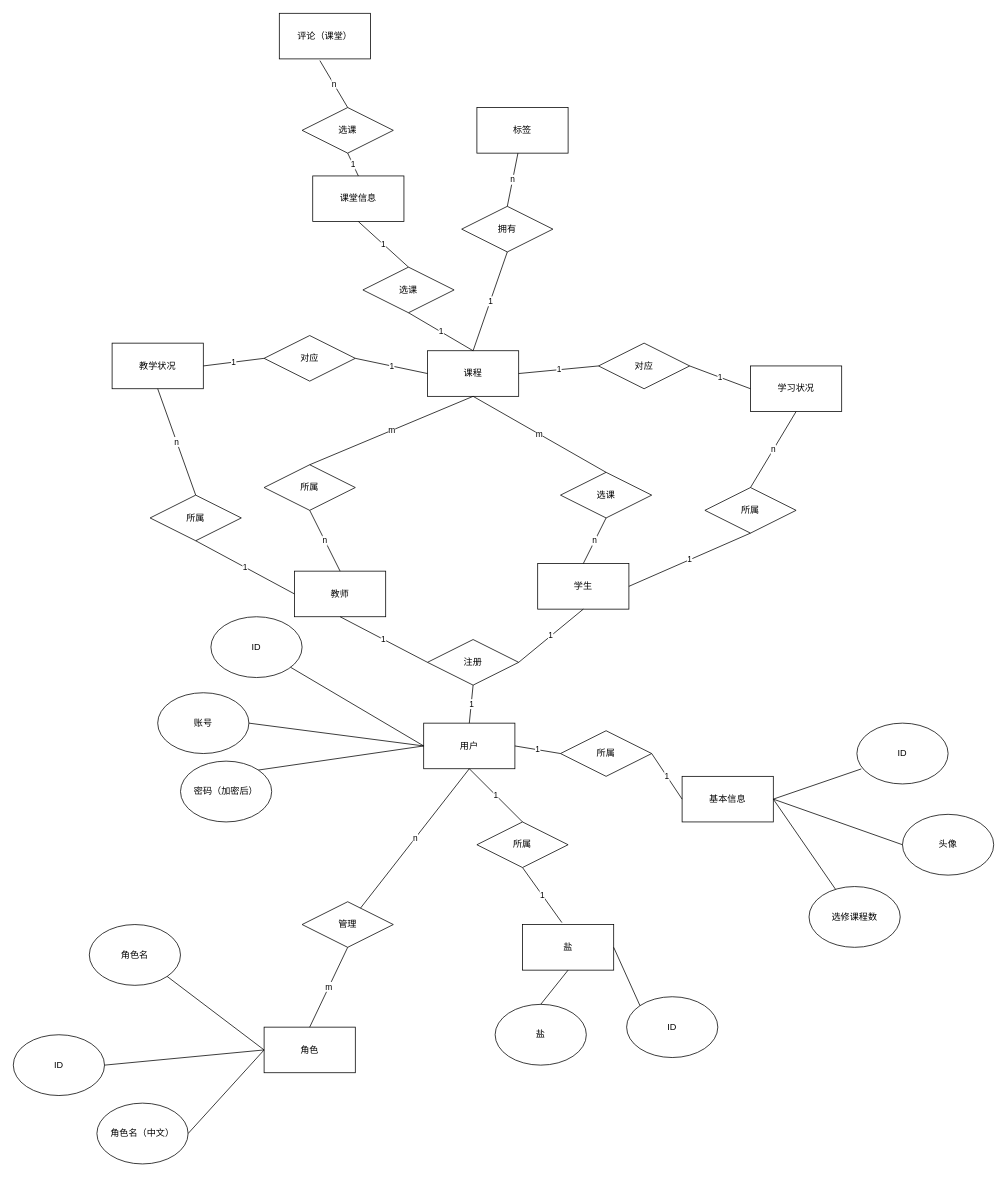
The draw.io diagram moker.drawio in woshilaixuex/moker, before the edit. Source tidied: cells renumbered, new cells numbered last; positions are measured from the earlier drawing's top-left corner, leaving out a move shared by most shapes. Both pictures are drawn from the tidied source at 76%, with x=0, y=0 at pixel (13, 13).
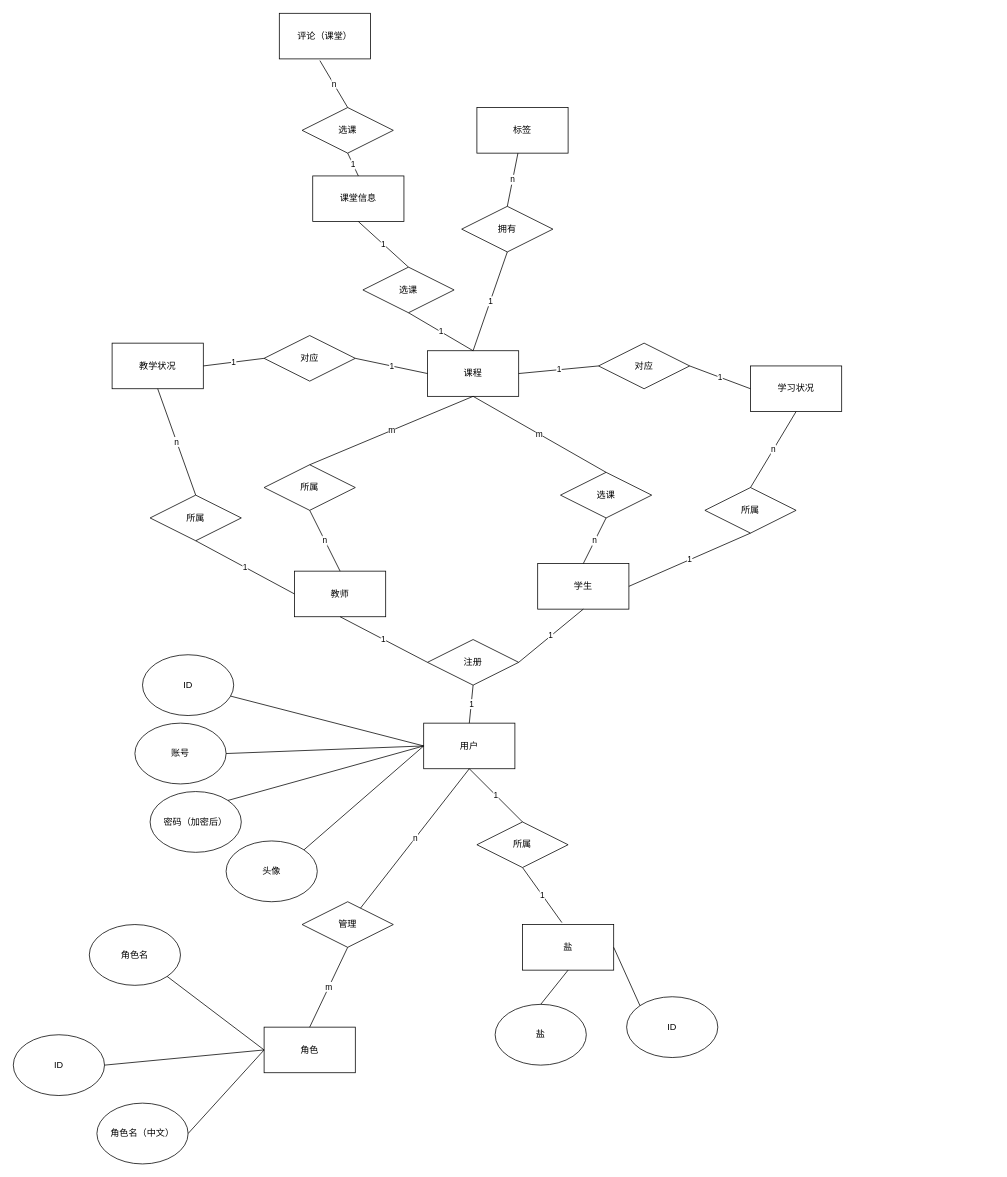
The same diagram, later.

Unchanged cells that the change refers to:
```xml
<mxCell id="6" value="用户" style="rounded=0;whiteSpace=wrap;html=1;" parent="1" vertex="1">
  <mxGeometry x="540" y="934" width="120" height="60" as="geometry" />
</mxCell>
```

Change to the diagram source:
```diff
@@
-    <mxCell id="27" value="基本信息" style="rounded=0;whiteSpace=wrap;html=1;" parent="1" vertex="1">
-      <mxGeometry x="880" y="1004" width="120" height="60" as="geometry" />
-    </mxCell>
-    <mxCell id="28" value="1" style="endArrow=none;html=1;rounded=0;entryX=0;entryY=0.5;entryDx=0;entryDy=0;exitX=1;exitY=0.5;exitDx=0;exitDy=0;" parent="1" edge="1" source="29" target="27">
-      <mxGeometry relative="1" as="geometry" />
-    </mxCell>
-    <mxCell id="29" value="所属" style="rhombus;whiteSpace=wrap;html=1;" parent="1" vertex="1">
-      <mxGeometry x="720" y="944" width="120" height="60" as="geometry" />
-    </mxCell>
-    <mxCell id="30" value="1" style="endArrow=none;html=1;rounded=0;entryX=0;entryY=0.5;entryDx=0;entryDy=0;exitX=1;exitY=0.5;exitDx=0;exitDy=0;" parent="1" edge="1" source="6" target="29">
-      <mxGeometry relative="1" as="geometry" />
-    </mxCell>
@@
     <mxCell id="51" value="账号" style="ellipse;whiteSpace=wrap;html=1;" parent="1" vertex="1">
-      <mxGeometry x="190" y="894" width="120" height="80" as="geometry" />
+      <mxGeometry x="160" y="934" width="120" height="80" as="geometry" />
     </mxCell>
     <mxCell id="52" value="ID" style="ellipse;whiteSpace=wrap;html=1;" parent="1" vertex="1">
-      <mxGeometry x="260" y="794" width="120" height="80" as="geometry" />
+      <mxGeometry x="170" y="844" width="120" height="80" as="geometry" />
     </mxCell>
     <mxCell id="53" value="密码（加密后）" style="ellipse;whiteSpace=wrap;html=1;" parent="1" vertex="1">
-      <mxGeometry x="220" y="984" width="120" height="80" as="geometry" />
+      <mxGeometry x="180" y="1024" width="120" height="80" as="geometry" />
     </mxCell>
@@
-    <mxCell id="71" value="ID" style="ellipse;whiteSpace=wrap;html=1;" parent="1" vertex="1">
-      <mxGeometry x="1110" y="934" width="120" height="80" as="geometry" />
-    </mxCell>
-    <mxCell id="72" style="endArrow=none;html=1;rounded=0;entryX=0.048;entryY=0.753;entryDx=0;entryDy=0;entryPerimeter=0;exitX=1;exitY=0.5;exitDx=0;exitDy=0;" parent="1" edge="1" source="27" target="71">
-      <mxGeometry relative="1" as="geometry" />
-    </mxCell>
     <mxCell id="73" value="头像" style="ellipse;whiteSpace=wrap;html=1;" parent="1" vertex="1">
-      <mxGeometry x="1170" y="1054" width="120" height="80" as="geometry" />
+      <mxGeometry x="280" y="1089" width="120" height="80" as="geometry" />
     </mxCell>
-    <mxCell id="74" style="endArrow=none;html=1;rounded=0;entryX=0;entryY=0.5;entryDx=0;entryDy=0;exitX=1;exitY=0.5;exitDx=0;exitDy=0;" parent="1" edge="1" source="27" target="73">
-      <mxGeometry relative="1" as="geometry" />
-    </mxCell>
-    <mxCell id="75" value="选修课程数" style="ellipse;whiteSpace=wrap;html=1;" parent="1" vertex="1">
-      <mxGeometry x="1047" y="1149" width="120" height="80" as="geometry" />
-    </mxCell>
-    <mxCell id="76" style="endArrow=none;html=1;rounded=0;exitX=1;exitY=0.5;exitDx=0;exitDy=0;" parent="1" edge="1" source="27" target="75">
-      <mxGeometry relative="1" as="geometry" />
-    </mxCell>
+    <mxCell id="77" style="endArrow=none;html=1;rounded=0;entryX=0;entryY=0.5;entryDx=0;entryDy=0;exitX=1;exitY=0;exitDx=0;exitDy=0;" parent="1" edge="1" source="73" target="6">
+      <mxGeometry relative="1" as="geometry" />
+    </mxCell>
```
